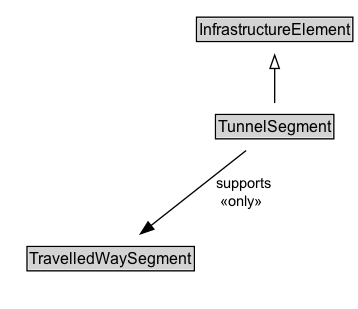
Above: docs/diagrams/TunnelSegment.dot.png in ISO-TC204/ontology-cdm-p2-v1 (Graphviz), before the change. Its source is kept beside it as docs/diagrams/TunnelSegment.dot. Its diagram source:
```dot
digraph {
	graph [overlap=false rankdir=TB splines=true]
	node [fontname=Arial fontsize=12 margin=0 shape=none]
	edge [fontname=Arial fontsize=11]
	{
		rank=max
		TunnelSegment [label=<<TABLE BORDER="1" CELLBORDER="0" CELLSPACING="0" CELLPADDING="1"><TR><TD BGCOLOR="lightgray" ALIGN="CENTER" PORT="e">TunnelSegment</TD></TR></TABLE>> URL="../TunnelSegment.md" margin=0]
	}
	subgraph cluster_associated {
		label="" style=invis
		Invis [label=<<TABLE BORDER="0" CELLBORDER="0" CELLSPACING="0" CELLPADDING="1"><TR><TD></TD></TR></TABLE>> margin=0 style=invis]
		TravelledWaySegment [label=<<TABLE BORDER="1" CELLBORDER="0" CELLSPACING="0" CELLPADDING="1"><TR><TD BGCOLOR="lightgray" ALIGN="CENTER">TravelledWaySegment</TD></TR></TABLE>> URL="../TravelledWaySegment.md" margin=0]
	}
	InfrastructureElement [label=<<TABLE BORDER="1" CELLBORDER="0" CELLSPACING="0" CELLPADDING="1"><TR><TD BGCOLOR="lightgray" ALIGN="CENTER">InfrastructureElement</TD></TR></TABLE>> URL="../InfrastructureElement.md" margin=0]
	TunnelSegment -> InfrastructureElement [arrowhead=onormal style=solid]
	TunnelSegment -> Invis [style=invis]
	Invis -> TravelledWaySegment [style=invis]
	TunnelSegment -> TravelledWaySegment [label=" supports
 «only»  " arrowhead=normal style=solid]
}
```
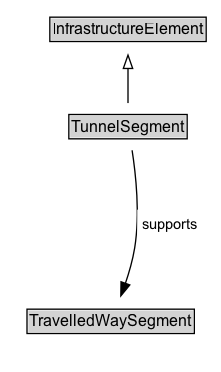
The same diagram one commit later.

What changed in the source:
```diff
@@ -3,18 +3,21 @@
 	node [fontname=Arial fontsize=12 margin=0 shape=none]
 	edge [fontname=Arial fontsize=11]
 	{
+		rank=source
+		InfrastructureElement [label=<<TABLE BORDER="1" CELLBORDER="0" CELLSPACING="0" CELLPADDING="1"><TR><TD BGCOLOR="lightgray" ALIGN="CENTER">InfrastructureElement</TD></TR></TABLE>> URL="../InfrastructureElement" margin=0]
+	}
+	TunnelSegment [label=<<TABLE BORDER="1" CELLBORDER="0" CELLSPACING="0" CELLPADDING="1"><TR><TD BGCOLOR="lightgray" ALIGN="CENTER">TunnelSegment</TD></TR></TABLE>> URL="../TunnelSegment" margin=0]
+	{
 		rank=max
-		TunnelSegment [label=<<TABLE BORDER="1" CELLBORDER="0" CELLSPACING="0" CELLPADDING="1"><TR><TD BGCOLOR="lightgray" ALIGN="CENTER" PORT="e">TunnelSegment</TD></TR></TABLE>> URL="../TunnelSegment.md" margin=0]
 	}
 	subgraph cluster_associated {
 		label="" style=invis
 		Invis [label=<<TABLE BORDER="0" CELLBORDER="0" CELLSPACING="0" CELLPADDING="1"><TR><TD></TD></TR></TABLE>> margin=0 style=invis]
-		TravelledWaySegment [label=<<TABLE BORDER="1" CELLBORDER="0" CELLSPACING="0" CELLPADDING="1"><TR><TD BGCOLOR="lightgray" ALIGN="CENTER">TravelledWaySegment</TD></TR></TABLE>> URL="../TravelledWaySegment.md" margin=0]
+		TravelledWaySegment [label=<<TABLE BORDER="1" CELLBORDER="0" CELLSPACING="0" CELLPADDING="1"><TR><TD BGCOLOR="lightgray" ALIGN="CENTER">TravelledWaySegment</TD></TR></TABLE>> URL="../TravelledWaySegment" margin=0]
 	}
-	InfrastructureElement [label=<<TABLE BORDER="1" CELLBORDER="0" CELLSPACING="0" CELLPADDING="1"><TR><TD BGCOLOR="lightgray" ALIGN="CENTER">InfrastructureElement</TD></TR></TABLE>> URL="../InfrastructureElement.md" margin=0]
 	TunnelSegment -> InfrastructureElement [arrowhead=onormal style=solid]
 	TunnelSegment -> Invis [style=invis]
 	Invis -> TravelledWaySegment [style=invis]
-	TunnelSegment -> TravelledWaySegment [label=" supports
- «only»  " arrowhead=normal style=solid]
+	TravelledWaySegment [label=<<TABLE BORDER="1" CELLBORDER="0" CELLSPACING="0" CELLPADDING="1"><TR><TD BGCOLOR="lightgray" ALIGN="CENTER">TravelledWaySegment</TD></TR></TABLE>> URL="../TravelledWaySegment" margin=0]
+	TunnelSegment -> TravelledWaySegment [label=<<TABLE BORDER="0" CELLBORDER="0" CELLSPACING="0" CELLPADDING="4" BGCOLOR="white"><TR><TD ALIGN="CENTER">supports</TD></TR></TABLE>> arrowhead=normal style=solid]
 }
```
